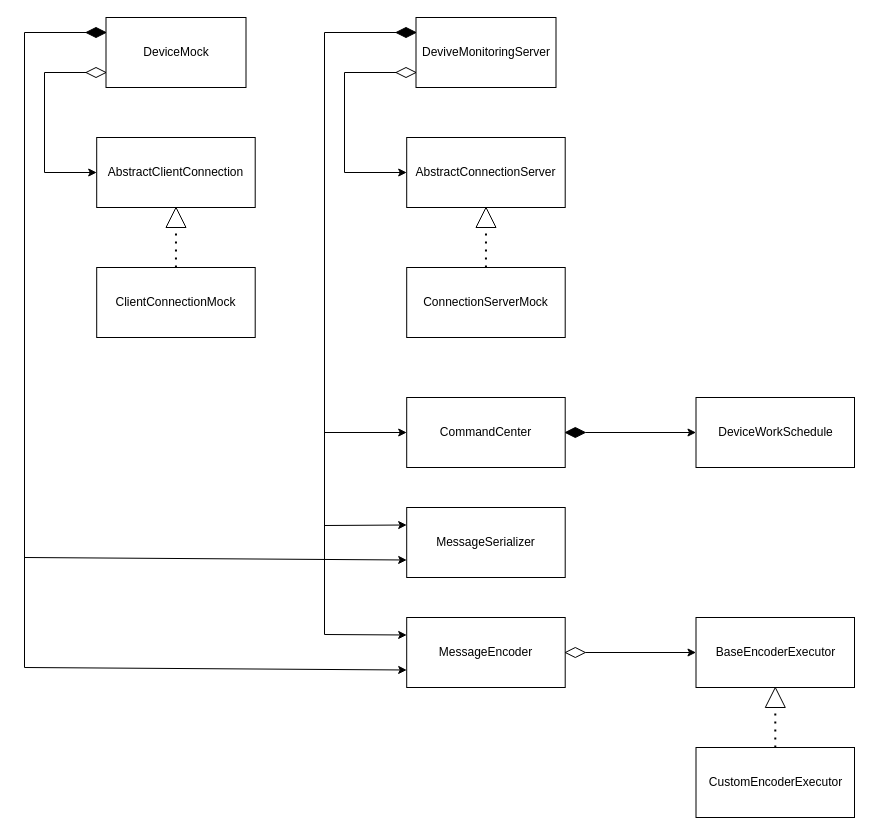
The draw.io diagram serverDiag.drawio in taratuhin/prosoftschool2023, before the edit. Source tidied: cells renumbered, new cells numbered last; positions are measured from the earlier drawing's top-left corner, leaving out a move shared by most shapes. Both pictures are drawn from the tidied source at 100%, with x=0, y=0 at pixel (24, 17).
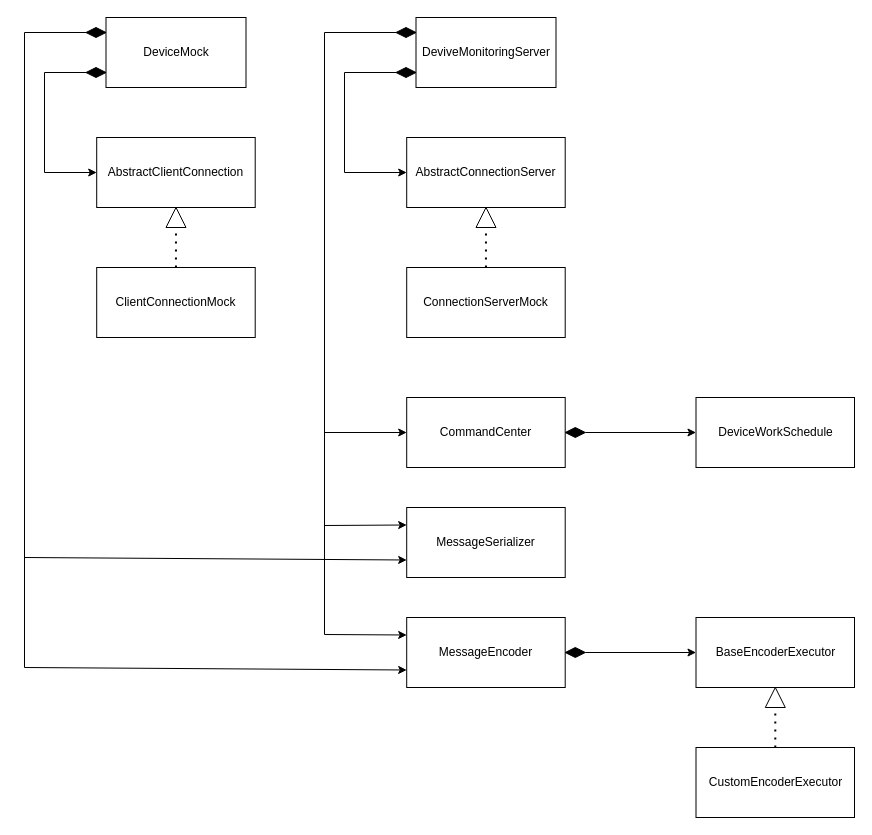
The same page after the edit.

Commit message:
Поправил диаграмму классов

Change to the diagram source:
```diff
@@
-    <mxCell id="6" style="rhombus;whiteSpace=wrap;html=1;fillColor=none;" parent="1" vertex="1">
+    <mxCell id="6" style="rhombus;whiteSpace=wrap;html=1;fillColor=#000000;" parent="1" vertex="1">
       <mxGeometry x="61.5" y="50" width="20" height="10" as="geometry" />
     </mxCell>
@@
-    <mxCell id="15" style="rhombus;whiteSpace=wrap;html=1;fillColor=none;" parent="1" vertex="1">
+    <mxCell id="15" style="rhombus;whiteSpace=wrap;html=1;fillColor=#000000;" parent="1" vertex="1">
       <mxGeometry x="371.5" y="50" width="20" height="10" as="geometry" />
     </mxCell>
@@
-    <mxCell id="24" style="rhombus;whiteSpace=wrap;html=1;fillColor=none;" parent="1" vertex="1">
+    <mxCell id="24" style="rhombus;whiteSpace=wrap;html=1;fillColor=#000000;" parent="1" vertex="1">
       <mxGeometry x="540.8" y="630" width="20" height="10" as="geometry" />
     </mxCell>
```
